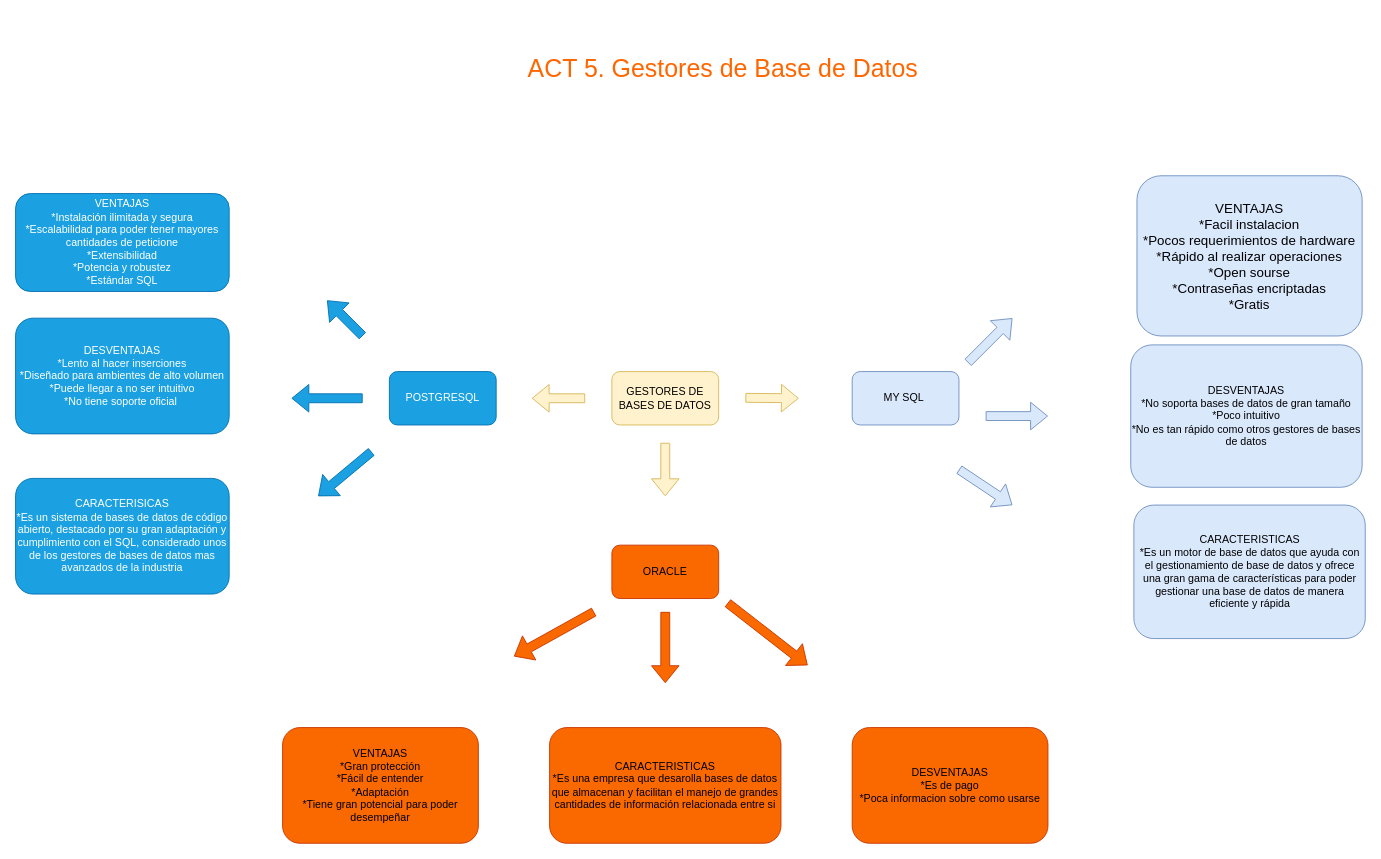
The draw.io diagram GestoresBD.drawio in IsaiEDC/ACTs-moodels, before the edit. Source tidied: cells renumbered, new cells numbered last; positions are measured from the earlier drawing's top-left corner, leaving out a move shared by most shapes. Both pictures are drawn from the tidied source at 89%, with x=0, y=0 at pixel (15, 15).
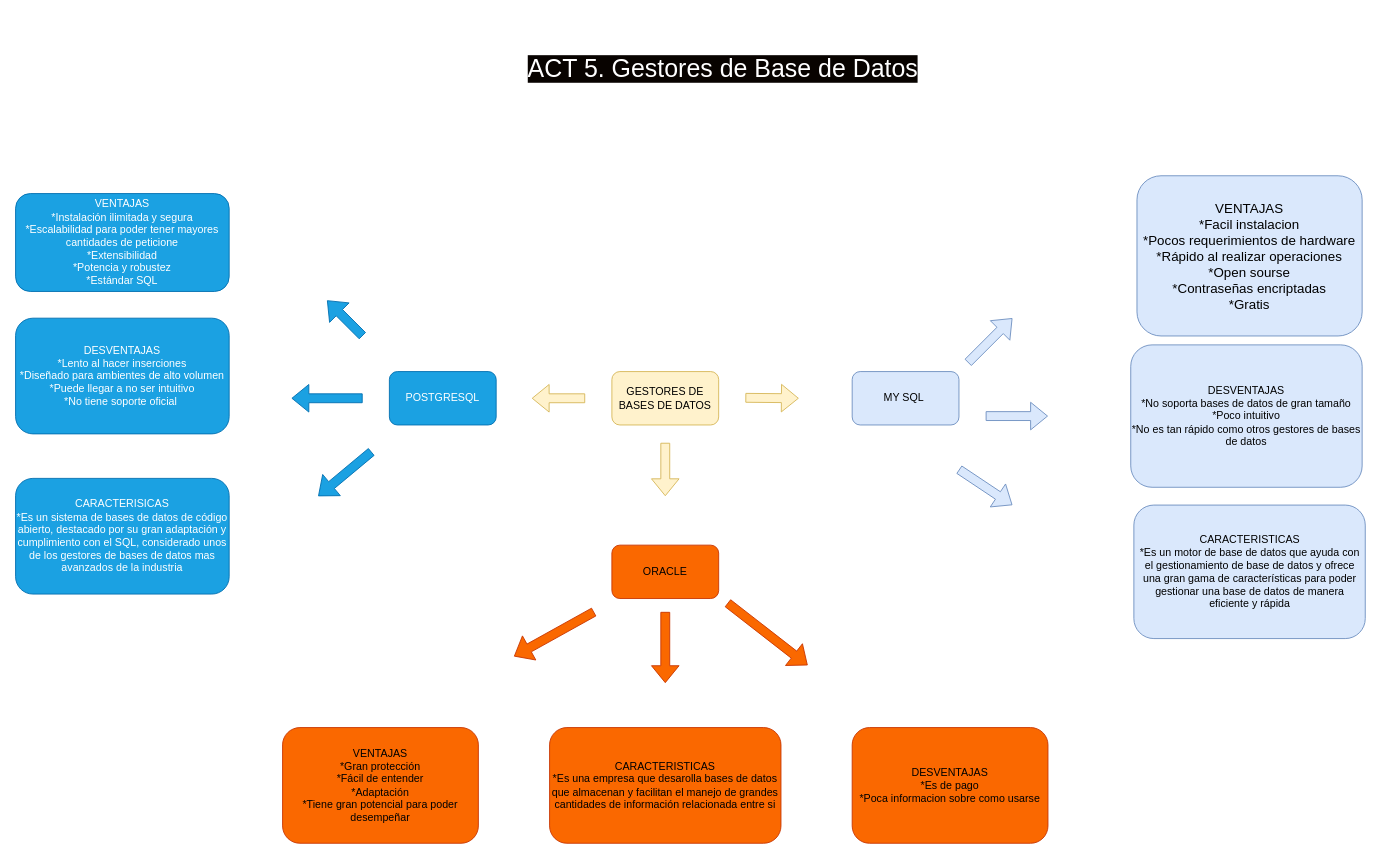
The same page after the edit.

What changed in the source:
```diff
@@
-    <mxCell id="27" value="&lt;h1 style=&quot;margin: 10px 0px; font-weight: normal; line-height: 40px; color: rgb(255, 102, 0); text-rendering: optimizelegibility; font-size: 28px; text-align: left; background-color: rgb(255, 255, 255); font-family: &amp;quot;Source Sans 3 Bold 700&amp;quot;, sans-serif !important;&quot;&gt;ACT 5. Gestores de Base de Datos&lt;/h1&gt;" style="text;html=1;strokeColor=none;fillColor=none;align=center;verticalAlign=middle;whiteSpace=wrap;rounded=0;" parent="1" vertex="1">
+    <mxCell id="27" value="&lt;h1 style=&quot;margin: 10px 0px; font-weight: normal; line-height: 40px; text-rendering: optimizelegibility; font-size: 28px; text-align: left; font-family: &amp;quot;Source Sans 3 Bold 700&amp;quot;, sans-serif !important;&quot;&gt;&lt;font style=&quot;background-color: rgb(8, 3, 0);&quot; color=&quot;#ffffff&quot;&gt;ACT 5. Gestores de Base de Datos&lt;/font&gt;&lt;/h1&gt;" style="text;html=1;strokeColor=none;fillColor=none;align=center;verticalAlign=middle;whiteSpace=wrap;rounded=0;" parent="1" vertex="1">
       <mxGeometry x="420" width="750" height="120" as="geometry" />
     </mxCell>
```
